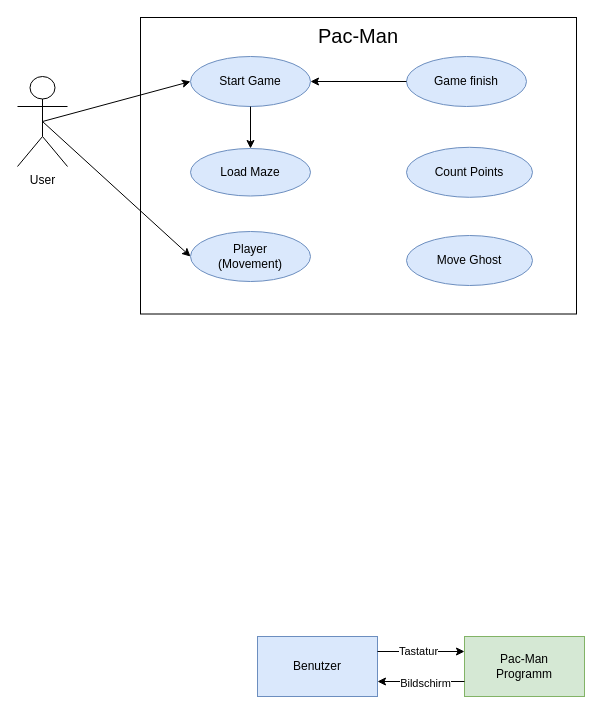
Above: Planung/Kontextdiagramm/Kontextdiagramm.drawio in flurin-b/PMSwEng (draw.io), before the change. Source tidied: cells renumbered, new cells numbered last; positions are measured from the earlier drawing's top-left corner, leaving out a move shared by most shapes. Both pictures are drawn from the tidied source at 100%, with x=0, y=0 at pixel (17, 17).
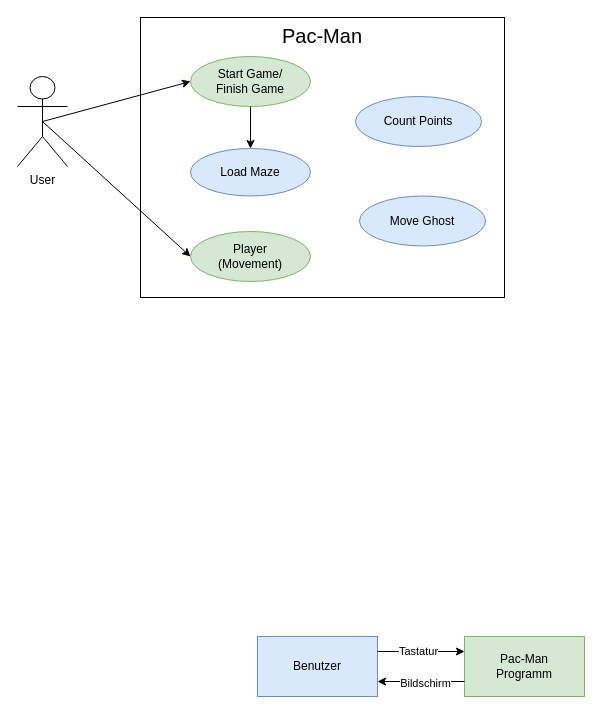
After the change.

Commit message:
Start & Finish Game UseCase zusammengeführt

The edit, as a diff of the source:
```diff
@@
     <mxCell id="2" value="Pac-Man" style="rounded=0;whiteSpace=wrap;html=1;horizontal=1;verticalAlign=top;fontSize=20;" parent="1" vertex="1">
-      <mxGeometry x="123" width="436" height="296.5" as="geometry" />
+      <mxGeometry x="123" width="364" height="280" as="geometry" />
     </mxCell>
@@
-    <mxCell id="4" value="Player&lt;br&gt;(Movement)" style="ellipse;whiteSpace=wrap;html=1;fillColor=#dae8fc;strokeColor=#6c8ebf;" parent="1" vertex="1">
+    <mxCell id="4" value="Player&lt;br&gt;(Movement)" style="ellipse;whiteSpace=wrap;html=1;fillColor=#d5e8d4;strokeColor=#82b366;" parent="1" vertex="1">
       <mxGeometry x="173" y="214" width="120" height="50" as="geometry" />
     </mxCell>
-    <mxCell id="5" value="Start Game" style="ellipse;whiteSpace=wrap;html=1;fillColor=#dae8fc;strokeColor=#6c8ebf;" parent="1" vertex="1">
+    <mxCell id="5" value="Start Game/&lt;br&gt;Finish Game" style="ellipse;whiteSpace=wrap;html=1;fillColor=#d5e8d4;strokeColor=#82b366;" parent="1" vertex="1">
       <mxGeometry x="173" y="39" width="120" height="50" as="geometry" />
     </mxCell>
@@
-    <mxCell id="8" value="Game finish" style="ellipse;whiteSpace=wrap;html=1;fillColor=#dae8fc;strokeColor=#6c8ebf;" parent="1" vertex="1">
-      <mxGeometry x="389" y="39" width="120" height="50" as="geometry" />
-    </mxCell>
-    <mxCell id="9" style="endArrow=classic;html=1;rounded=0;exitX=0;exitY=0.5;exitDx=0;exitDy=0;entryX=1;entryY=0.5;entryDx=0;entryDy=0;" parent="1" edge="1" source="8" target="5">
-      <mxGeometry relative="1" as="geometry" />
-    </mxCell>
@@
     <mxCell id="18" value="Move Ghost" style="ellipse;whiteSpace=wrap;html=1;fillColor=#dae8fc;strokeColor=#6c8ebf;" parent="1" vertex="1">
-      <mxGeometry x="389" y="218" width="126" height="50" as="geometry" />
+      <mxGeometry x="342" y="178.5" width="126" height="50" as="geometry" />
     </mxCell>
     <mxCell id="19" value="Count Points" style="ellipse;whiteSpace=wrap;html=1;fillColor=#dae8fc;strokeColor=#6c8ebf;" parent="1" vertex="1">
-      <mxGeometry x="389" y="129.8" width="126" height="50" as="geometry" />
+      <mxGeometry x="338" y="79" width="126" height="50" as="geometry" />
     </mxCell>
```
